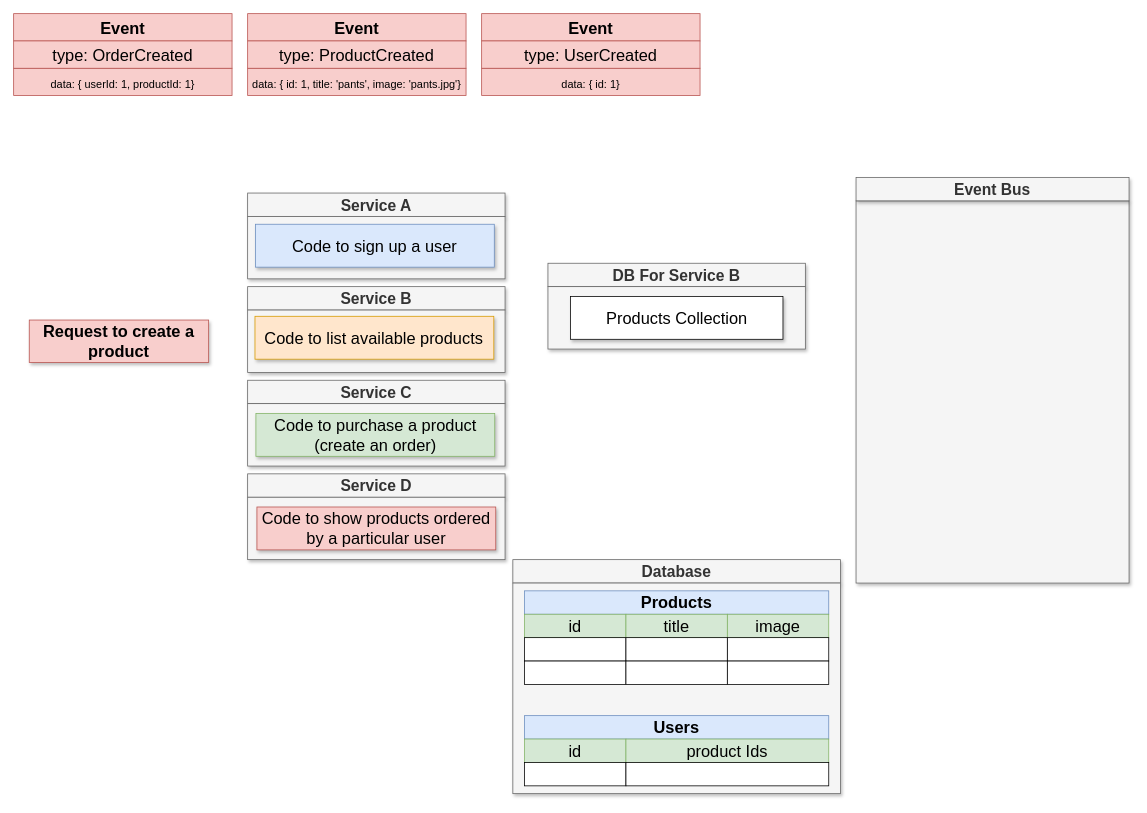
Earlier version of the draw.io diagram page "12a - async" (16 of 23) of class/04-micro-services-async/04-micro-services-async.drawio (scalable-web-systems/497s-F22). Source tidied: cells renumbered, new cells numbered last; positions are measured from the earlier drawing's top-left corner, leaving out a move shared by most shapes. Both pictures are drawn from the tidied source at 78%, with x=0, y=0 at pixel (13, 13).
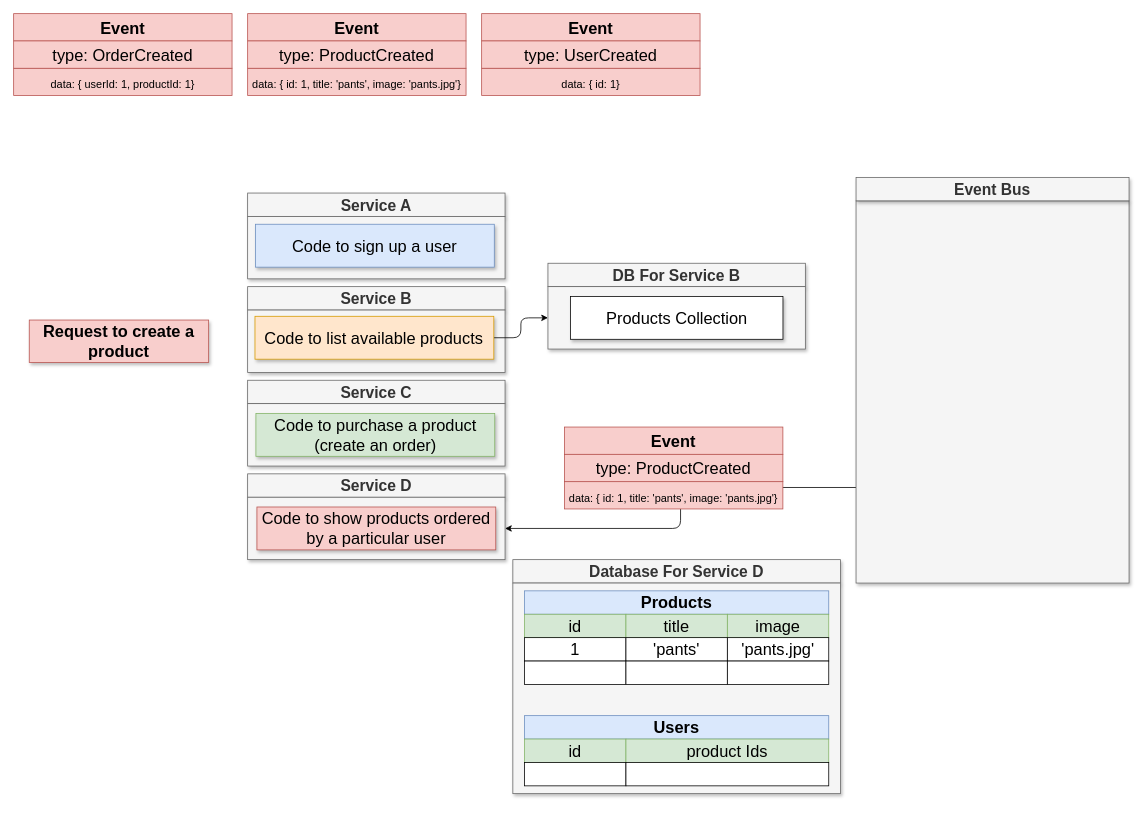
The same page after the edit.

Unchanged cells that the change refers to:
```xml
<mxCell id="9" value="Code to list available products" style="rounded=0;whiteSpace=wrap;html=1;shadow=1;fontSize=21;fillColor=#ffe6cc;strokeColor=#d79b00;" parent="1" vertex="1">
  <mxGeometry x="309.4" y="388" width="306.2" height="55" as="geometry" />
</mxCell>
<mxCell id="11" style="rounded=0;whiteSpace=wrap;html=1;shadow=1;fontSize=28;fillColor=#f5f5f5;strokeColor=#666666;fontColor=#333333;" parent="1" vertex="1">
  <mxGeometry x="1080" y="240" width="350" height="490" as="geometry" />
</mxCell>
<mxCell id="14" style="rounded=0;whiteSpace=wrap;html=1;shadow=1;fontSize=28;fillColor=#f5f5f5;strokeColor=#666666;fontColor=#333333;" parent="1" vertex="1">
  <mxGeometry x="300" y="620" width="330" height="80" as="geometry" />
</mxCell>
<mxCell id="41" style="rounded=0;whiteSpace=wrap;html=1;shadow=1;fontSize=28;fillColor=#f5f5f5;strokeColor=#666666;fontColor=#333333;" parent="1" vertex="1">
  <mxGeometry x="685" y="350" width="330" height="80" as="geometry" />
</mxCell>
```

The edit, as a diff of the source:
```diff
@@
+    <mxCell id="55" style="edgeStyle=orthogonalEdgeStyle;html=1;" parent="1" edge="1" source="9" target="41">
+      <mxGeometry relative="1" as="geometry" />
+    </mxCell>
@@
+    <mxCell id="56" style="edgeStyle=orthogonalEdgeStyle;html=1;exitX=0;exitY=0.75;exitDx=0;exitDy=0;" parent="1" edge="1" source="11" target="14">
+      <mxGeometry relative="1" as="geometry" />
+    </mxCell>
@@
-    <mxCell id="16" value="Database" style="rounded=0;whiteSpace=wrap;html=1;shadow=1;fontSize=20;fillColor=#f5f5f5;strokeColor=#666666;fontColor=#333333;fontStyle=1;" parent="1" vertex="1">
+    <mxCell id="16" value="Database For Service D" style="rounded=0;whiteSpace=wrap;html=1;shadow=1;fontSize=20;fillColor=#f5f5f5;strokeColor=#666666;fontColor=#333333;fontStyle=1;" parent="1" vertex="1">
       <mxGeometry x="640" y="700" width="420" height="30" as="geometry" />
     </mxCell>
@@
-    <mxCell id="22" style="rounded=0;whiteSpace=wrap;html=1;shadow=0;fontSize=21;" parent="1" vertex="1">
+    <mxCell id="22" value="1" style="rounded=0;whiteSpace=wrap;html=1;shadow=0;fontSize=21;" parent="1" vertex="1">
       <mxGeometry x="655" y="800" width="130" height="30" as="geometry" />
     </mxCell>
-    <mxCell id="23" style="rounded=0;whiteSpace=wrap;html=1;shadow=0;fontSize=21;" parent="1" vertex="1">
+    <mxCell id="23" value="'pants'" style="rounded=0;whiteSpace=wrap;html=1;shadow=0;fontSize=21;" parent="1" vertex="1">
       <mxGeometry x="785" y="800" width="130" height="30" as="geometry" />
     </mxCell>
-    <mxCell id="24" style="rounded=0;whiteSpace=wrap;html=1;shadow=0;fontSize=21;" parent="1" vertex="1">
+    <mxCell id="24" value="'pants.jpg'" style="rounded=0;whiteSpace=wrap;html=1;shadow=0;fontSize=21;" parent="1" vertex="1">
       <mxGeometry x="915" y="800" width="130" height="30" as="geometry" />
     </mxCell>
@@
+    <mxCell id="57" style="group;" parent="1" vertex="1">
+      <mxGeometry x="706.2" y="530" width="280" height="105" as="geometry" />
+    </mxCell>
+    <mxCell id="58" style="group;" parent="57" vertex="1">
+      <mxGeometry width="280" height="105" as="geometry" />
+    </mxCell>
+    <mxCell id="59" style="group;fontSize=8;" parent="58" vertex="1">
+      <mxGeometry width="280" height="105" as="geometry" />
+    </mxCell>
+    <mxCell id="60" value="&lt;font style=&quot;font-size: 14px&quot;&gt;data: { id: 1, title: 'pants', image: 'pants.jpg'}&lt;/font&gt;" style="rounded=0;whiteSpace=wrap;html=1;shadow=0;fontSize=21;fillColor=#f8cecc;strokeColor=#b85450;" parent="59" vertex="1">
+      <mxGeometry y="70" width="280" height="35" as="geometry" />
+    </mxCell>
+    <mxCell id="61" value="&lt;b&gt;Event&lt;/b&gt;" style="rounded=0;whiteSpace=wrap;html=1;shadow=0;fontSize=21;fillColor=#f8cecc;strokeColor=#b85450;" parent="59" vertex="1">
+      <mxGeometry width="280" height="35" as="geometry" />
+    </mxCell>
+    <mxCell id="62" value="&lt;span&gt;type: ProductCreated&lt;/span&gt;" style="rounded=0;whiteSpace=wrap;html=1;shadow=0;fontSize=21;fillColor=#f8cecc;strokeColor=#b85450;fontStyle=0;" parent="59" vertex="1">
+      <mxGeometry y="35" width="280" height="35" as="geometry" />
+    </mxCell>
```
